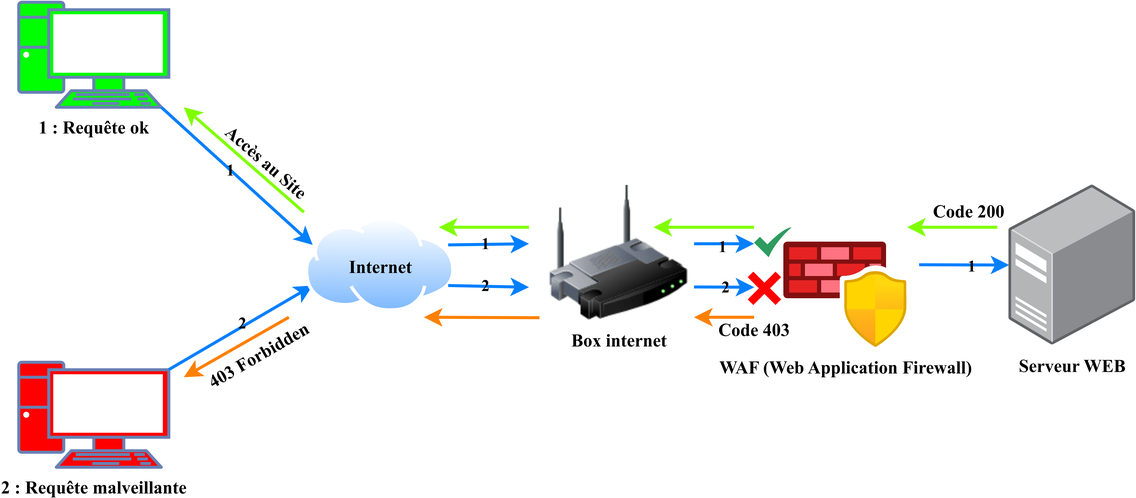
Earlier version of the draw.io export assets/img/simple-schema-waf.png (susuomlu/nginx-waf-docker). Source tidied: cells renumbered, new cells last; positions are measured from the earlier drawing's top-left corner, leaving out a move shared by most shapes.
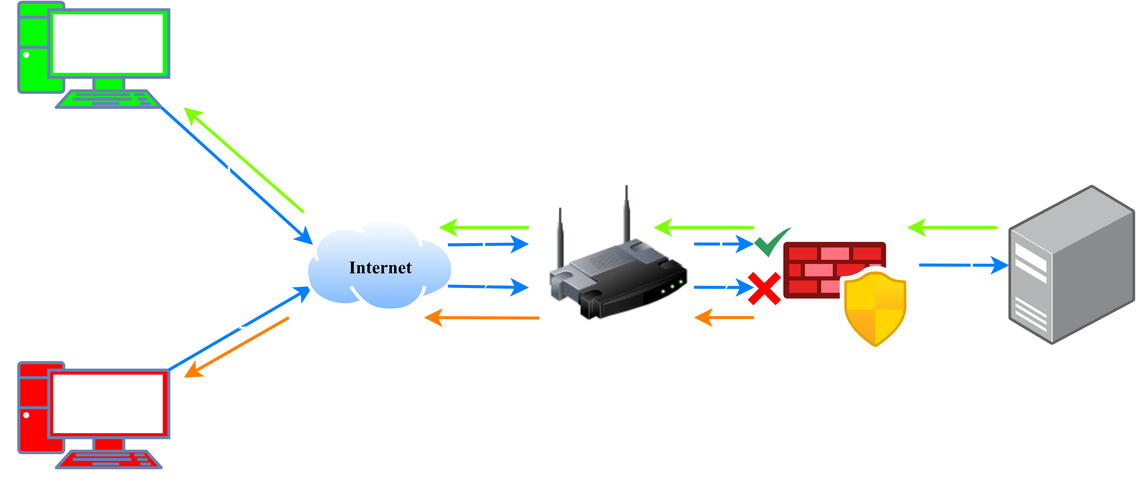
After the commit.

Commit message:
Color README.md patch

Diff of the diagram source:
```diff
@@ -2,142 +2,142 @@
   <root>
     <mxCell id="0" />
     <mxCell id="1" parent="0" />
-    <mxCell id="2" value="1 : Requête ok" style="fontColor=#000000;verticalAlign=top;verticalLabelPosition=bottom;labelPosition=center;align=center;html=1;outlineConnect=0;fillColor=#00FF00;strokeColor=#6881B3;gradientColor=none;gradientDirection=north;strokeWidth=2;shape=mxgraph.networks.pc;labelBackgroundColor=none;fontFamily=Times New Roman;fontStyle=1;" parent="1" vertex="1">
+    <mxCell id="2" value="1 : Requête ok" style="fontColor=#FFFFFF;verticalAlign=top;verticalLabelPosition=bottom;labelPosition=center;align=center;html=1;outlineConnect=0;fillColor=#00FF00;strokeColor=#6881B3;gradientColor=none;gradientDirection=north;strokeWidth=2;shape=mxgraph.networks.pc;labelBackgroundColor=none;fontFamily=Times New Roman;fontStyle=1;" parent="1" vertex="1">
       <mxGeometry width="100" height="70" as="geometry" />
     </mxCell>
-    <mxCell id="3" value="2 : Requête malveillante" style="fontColor=#000000;verticalAlign=top;verticalLabelPosition=bottom;labelPosition=center;align=center;html=1;outlineConnect=0;fillColor=#FF0000;strokeColor=#6881B3;gradientColor=none;gradientDirection=north;strokeWidth=2;shape=mxgraph.networks.pc;labelBackgroundColor=none;fontFamily=Times New Roman;fontStyle=1;" parent="1" vertex="1">
+    <mxCell id="3" value="2 : Requête malveillante" style="fontColor=#FFFFFF;verticalAlign=top;verticalLabelPosition=bottom;labelPosition=center;align=center;html=1;outlineConnect=0;fillColor=#FF0000;strokeColor=#6881B3;gradientColor=none;gradientDirection=north;strokeWidth=2;shape=mxgraph.networks.pc;labelBackgroundColor=none;fontFamily=Times New Roman;fontStyle=1;" parent="1" vertex="1">
       <mxGeometry y="240" width="100" height="70" as="geometry" />
     </mxCell>
-    <mxCell id="4" style="endArrow=classic;html=1;rounded=0;exitX=0.95;exitY=1;exitDx=0;exitDy=0;exitPerimeter=0;strokeColor=#007FFF;strokeWidth=2;entryX=0;entryY=0.25;entryDx=0;entryDy=0;labelBackgroundColor=none;fontFamily=Times New Roman;fontStyle=1;fontColor=#000000;" parent="1" edge="1" source="2" target="12">
+    <mxCell id="4" style="endArrow=classic;html=1;rounded=0;exitX=0.95;exitY=1;exitDx=0;exitDy=0;exitPerimeter=0;strokeColor=#007FFF;strokeWidth=2;entryX=0;entryY=0.25;entryDx=0;entryDy=0;labelBackgroundColor=none;fontFamily=Times New Roman;fontStyle=1;fontColor=#FFFFFF;" parent="1" edge="1" source="2" target="12">
       <mxGeometry relative="1" as="geometry" />
     </mxCell>
-    <mxCell id="5" value="1" style="edgeLabel;html=1;align=center;verticalAlign=middle;labelBackgroundColor=none;fontFamily=Times New Roman;fontStyle=1;fontColor=#000000;" parent="4" vertex="1">
+    <mxCell id="5" value="1" style="edgeLabel;html=1;align=center;verticalAlign=middle;labelBackgroundColor=none;fontFamily=Times New Roman;fontStyle=1;fontColor=#FFFFFF;" parent="4" vertex="1">
       <mxGeometry x="-0.11" relative="1" as="geometry" />
     </mxCell>
-    <mxCell id="6" style="endArrow=classic;html=1;rounded=0;strokeColor=#007FFF;strokeWidth=2;labelBackgroundColor=none;fontFamily=Times New Roman;fontStyle=1;fontColor=#000000;" parent="1" edge="1" target="8">
+    <mxCell id="6" style="endArrow=classic;html=1;rounded=0;strokeColor=#007FFF;strokeWidth=2;labelBackgroundColor=none;fontFamily=Times New Roman;fontStyle=1;fontColor=#FFFFFF;" parent="1" edge="1" target="8">
       <mxGeometry relative="1" as="geometry">
         <mxPoint x="600" y="175" as="sourcePoint" />
       </mxGeometry>
     </mxCell>
-    <mxCell id="7" value="1" style="edgeLabel;html=1;align=center;verticalAlign=middle;labelBackgroundColor=none;fontFamily=Times New Roman;fontStyle=1;fontColor=#000000;" parent="6" vertex="1">
+    <mxCell id="7" value="1" style="edgeLabel;html=1;align=center;verticalAlign=middle;labelBackgroundColor=none;fontFamily=Times New Roman;fontStyle=1;fontColor=#FFFFFF;" parent="6" vertex="1">
       <mxGeometry x="-0.24" y="-1" relative="1" as="geometry">
         <mxPoint x="12" y="-1" as="offset" />
       </mxGeometry>
     </mxCell>
-    <mxCell id="8" value="Serveur WEB" style="image;points=[];html=1;align=center;shadow=0;dashed=0;image=img/lib/allied_telesis/computer_and_terminals/Server_Desktop.svg;labelBackgroundColor=none;fontFamily=Times New Roman;fontStyle=1;fontColor=#000000;" parent="1" vertex="1">
+    <mxCell id="8" value="Serveur WEB" style="image;points=[];html=1;align=center;shadow=0;dashed=0;image=img/lib/allied_telesis/computer_and_terminals/Server_Desktop.svg;labelBackgroundColor=none;fontFamily=Times New Roman;fontStyle=1;fontColor=#FFFFFF;" parent="1" vertex="1">
       <mxGeometry x="660" y="121.8" width="84.4" height="107" as="geometry" />
     </mxCell>
-    <mxCell id="9" style="endArrow=classic;html=1;rounded=0;exitX=1;exitY=0.07;exitDx=0;exitDy=0;exitPerimeter=0;strokeColor=#007FFF;strokeWidth=2;entryX=0;entryY=0.75;entryDx=0;entryDy=0;labelBackgroundColor=none;fontFamily=Times New Roman;fontStyle=1;fontColor=#000000;" parent="1" edge="1" source="3" target="12">
+    <mxCell id="9" style="endArrow=classic;html=1;rounded=0;exitX=1;exitY=0.07;exitDx=0;exitDy=0;exitPerimeter=0;strokeColor=#007FFF;strokeWidth=2;entryX=0;entryY=0.75;entryDx=0;entryDy=0;labelBackgroundColor=none;fontFamily=Times New Roman;fontStyle=1;fontColor=#FFFFFF;" parent="1" edge="1" source="3" target="12">
       <mxGeometry relative="1" as="geometry" />
     </mxCell>
-    <mxCell id="10" value="2" style="edgeLabel;html=1;align=center;verticalAlign=middle;labelBackgroundColor=none;fontFamily=Times New Roman;fontStyle=1;fontColor=#000000;" parent="9" vertex="1">
+    <mxCell id="10" value="2" style="edgeLabel;html=1;align=center;verticalAlign=middle;labelBackgroundColor=none;fontFamily=Times New Roman;fontStyle=1;fontColor=#FFFFFF;" parent="9" vertex="1">
       <mxGeometry x="0.03" y="2" relative="1" as="geometry">
         <mxPoint y="-1" as="offset" />
       </mxGeometry>
     </mxCell>
-    <mxCell id="11" style="shape=cross;whiteSpace=wrap;html=1;fontColor=#000000;strokeColor=none;fillColor=#FF0000;rotation=45;labelBackgroundColor=none;fontFamily=Times New Roman;fontStyle=1;" parent="1" vertex="1">
+    <mxCell id="11" style="shape=cross;whiteSpace=wrap;html=1;fontColor=#FFFFFF;strokeColor=none;fillColor=#FF0000;rotation=45;labelBackgroundColor=none;fontFamily=Times New Roman;fontStyle=1;" parent="1" vertex="1">
       <mxGeometry x="483.8" y="177.6" width="26.2" height="26.2" as="geometry" />
     </mxCell>
-    <mxCell id="12" value="Internet" style="image;perimeter=ellipsePerimeter;html=1;align=center;shadow=0;dashed=0;spacingTop=3;image=img/lib/active_directory/internet_cloud.svg;labelPosition=center;verticalLabelPosition=middle;verticalAlign=middle;labelBackgroundColor=none;fontColor=#000000;fontFamily=Times New Roman;fontStyle=1;" parent="1" vertex="1">
+    <mxCell id="12" value="&lt;font color=&quot;#000000&quot;&gt;Internet&lt;/font&gt;" style="image;perimeter=ellipsePerimeter;html=1;align=center;shadow=0;dashed=0;spacingTop=3;image=img/lib/active_directory/internet_cloud.svg;labelPosition=center;verticalLabelPosition=middle;verticalAlign=middle;labelBackgroundColor=none;fontColor=#FFFFFF;fontFamily=Times New Roman;fontStyle=1;" parent="1" vertex="1">
       <mxGeometry x="191" y="143.8" width="100" height="63" as="geometry" />
     </mxCell>
-    <mxCell id="13" value="Box internet" style="image;html=1;image=img/lib/clip_art/networking/Wireless_Router_128x128.png;labelBackgroundColor=none;fontFamily=Times New Roman;fontStyle=1;fontColor=#000000;" parent="1" vertex="1">
+    <mxCell id="13" value="Box internet" style="image;html=1;image=img/lib/clip_art/networking/Wireless_Router_128x128.png;labelBackgroundColor=none;fontFamily=Times New Roman;fontStyle=1;fontColor=#FFFFFF;" parent="1" vertex="1">
       <mxGeometry x="350" y="122.3" width="100" height="90" as="geometry" />
     </mxCell>
-    <mxCell id="14" style="endArrow=classic;html=1;rounded=0;exitX=1;exitY=0.25;exitDx=0;exitDy=0;strokeWidth=2;strokeColor=#007FFF;labelBackgroundColor=none;fontFamily=Times New Roman;fontStyle=1;fontColor=#000000;" parent="1" edge="1" source="12">
+    <mxCell id="14" style="endArrow=classic;html=1;rounded=0;exitX=1;exitY=0.25;exitDx=0;exitDy=0;strokeWidth=2;strokeColor=#007FFF;labelBackgroundColor=none;fontFamily=Times New Roman;fontStyle=1;fontColor=#FFFFFF;" parent="1" edge="1" source="12">
       <mxGeometry relative="1" as="geometry">
         <mxPoint x="340" y="161" as="targetPoint" />
       </mxGeometry>
     </mxCell>
-    <mxCell id="15" value="1" style="edgeLabel;html=1;align=center;verticalAlign=middle;labelBackgroundColor=none;fontFamily=Times New Roman;fontStyle=1;fontColor=#000000;" parent="14" vertex="1">
+    <mxCell id="15" value="1" style="edgeLabel;html=1;align=center;verticalAlign=middle;labelBackgroundColor=none;fontFamily=Times New Roman;fontStyle=1;fontColor=#FFFFFF;" parent="14" vertex="1">
       <mxGeometry x="-0.25" relative="1" as="geometry">
         <mxPoint x="4" y="-1" as="offset" />
       </mxGeometry>
     </mxCell>
-    <mxCell id="16" style="endArrow=classic;html=1;rounded=0;exitX=1;exitY=0.75;exitDx=0;exitDy=0;strokeWidth=2;strokeColor=#007FFF;labelBackgroundColor=none;fontFamily=Times New Roman;fontStyle=1;fontColor=#000000;" parent="1" edge="1" source="12">
+    <mxCell id="16" style="endArrow=classic;html=1;rounded=0;exitX=1;exitY=0.75;exitDx=0;exitDy=0;strokeWidth=2;strokeColor=#007FFF;labelBackgroundColor=none;fontFamily=Times New Roman;fontStyle=1;fontColor=#FFFFFF;" parent="1" edge="1" source="12">
       <mxGeometry relative="1" as="geometry">
         <mxPoint x="340" y="190" as="targetPoint" />
       </mxGeometry>
     </mxCell>
-    <mxCell id="17" value="2" style="edgeLabel;html=1;align=center;verticalAlign=middle;labelBackgroundColor=none;fontFamily=Times New Roman;fontStyle=1;fontColor=#000000;" parent="16" vertex="1">
+    <mxCell id="17" value="2" style="edgeLabel;html=1;align=center;verticalAlign=middle;labelBackgroundColor=none;fontFamily=Times New Roman;fontStyle=1;fontColor=#FFFFFF;" parent="16" vertex="1">
       <mxGeometry x="0.05" y="1" relative="1" as="geometry">
         <mxPoint x="-4" as="offset" />
       </mxGeometry>
     </mxCell>
-    <mxCell id="18" value="WAF (Web Application Firewall)" style="image;html=1;align=center;fontSize=12;image=img/lib/azure2/networking/Azure_Firewall_Manager.svg;labelBackgroundColor=none;fontFamily=Times New Roman;fontStyle=1;fontColor=#000000;" parent="1" vertex="1">
+    <mxCell id="18" value="WAF (Web Application Firewall)" style="image;html=1;align=center;fontSize=12;image=img/lib/azure2/networking/Azure_Firewall_Manager.svg;labelBackgroundColor=none;fontFamily=Times New Roman;fontStyle=1;fontColor=#FFFFFF;" parent="1" vertex="1">
       <mxGeometry x="510" y="160" width="82" height="70.3" as="geometry" />
     </mxCell>
-    <mxCell id="19" style="endArrow=classic;html=1;rounded=0;strokeColor=#007FFF;strokeWidth=2;exitX=1;exitY=0.43;exitDx=0;exitDy=0;exitPerimeter=0;labelBackgroundColor=none;fontFamily=Times New Roman;fontStyle=1;fontColor=#000000;" parent="1" edge="1" source="13">
+    <mxCell id="19" style="endArrow=classic;html=1;rounded=0;strokeColor=#007FFF;strokeWidth=2;exitX=1;exitY=0.43;exitDx=0;exitDy=0;exitPerimeter=0;labelBackgroundColor=none;fontFamily=Times New Roman;fontStyle=1;fontColor=#FFFFFF;" parent="1" edge="1" source="13">
       <mxGeometry relative="1" as="geometry">
         <mxPoint x="490" y="161" as="targetPoint" />
       </mxGeometry>
     </mxCell>
-    <mxCell id="20" value="1" style="edgeLabel;html=1;align=center;verticalAlign=middle;fontColor=#000000;fontStyle=1;labelBackgroundColor=none;fontFamily=Times New Roman;" parent="19" vertex="1">
+    <mxCell id="20" value="1" style="edgeLabel;html=1;align=center;verticalAlign=middle;fontColor=#FFFFFF;fontStyle=1;labelBackgroundColor=none;fontFamily=Times New Roman;" parent="19" vertex="1">
       <mxGeometry x="-0.11" y="-1" relative="1" as="geometry" />
     </mxCell>
-    <mxCell id="21" style="endArrow=classic;html=1;rounded=0;exitX=1;exitY=0.75;exitDx=0;exitDy=0;strokeColor=#007FFF;strokeWidth=2;labelBackgroundColor=none;fontFamily=Times New Roman;fontStyle=1;fontColor=#000000;" parent="1" edge="1" source="13">
+    <mxCell id="21" style="endArrow=classic;html=1;rounded=0;exitX=1;exitY=0.75;exitDx=0;exitDy=0;strokeColor=#007FFF;strokeWidth=2;labelBackgroundColor=none;fontFamily=Times New Roman;fontStyle=1;fontColor=#FFFFFF;" parent="1" edge="1" source="13">
       <mxGeometry relative="1" as="geometry">
         <mxPoint x="490.1" y="190" as="targetPoint" />
       </mxGeometry>
     </mxCell>
-    <mxCell id="22" value="2" style="edgeLabel;html=1;align=center;verticalAlign=middle;fontColor=#000000;fontStyle=1;labelBackgroundColor=none;fontFamily=Times New Roman;" parent="21" vertex="1">
+    <mxCell id="22" value="2" style="edgeLabel;html=1;align=center;verticalAlign=middle;fontColor=#FFFFFF;fontStyle=1;labelBackgroundColor=none;fontFamily=Times New Roman;" parent="21" vertex="1">
       <mxGeometry x="0.03" relative="1" as="geometry" />
     </mxCell>
-    <mxCell id="23" style="endArrow=classic;html=1;rounded=0;strokeWidth=2;strokeColor=#FF8000;labelBackgroundColor=none;fontFamily=Times New Roman;fontStyle=1;fontColor=#000000;" parent="1" edge="1">
+    <mxCell id="23" style="endArrow=classic;html=1;rounded=0;strokeWidth=2;strokeColor=#FF8000;labelBackgroundColor=none;fontFamily=Times New Roman;fontStyle=1;fontColor=#FFFFFF;" parent="1" edge="1">
       <mxGeometry relative="1" as="geometry">
         <mxPoint x="490" y="210" as="sourcePoint" />
         <mxPoint x="450" y="210" as="targetPoint" />
       </mxGeometry>
     </mxCell>
-    <mxCell id="24" value="Code 403" style="text;html=1;align=center;verticalAlign=middle;strokeColor=none;fillColor=none;labelBackgroundColor=none;fontFamily=Times New Roman;fontStyle=1;fontColor=#000000;" parent="1" vertex="1">
+    <mxCell id="24" value="Code 403" style="text;html=1;align=center;verticalAlign=middle;strokeColor=none;fillColor=none;labelBackgroundColor=none;fontFamily=Times New Roman;fontStyle=1;fontColor=#FFFFFF;" parent="1" vertex="1">
       <mxGeometry x="455" y="203.8" width="70" height="30" as="geometry" />
     </mxCell>
-    <mxCell id="25" style="endArrow=classic;html=1;rounded=0;strokeWidth=2;strokeColor=#FF8000;labelBackgroundColor=none;fontFamily=Times New Roman;fontStyle=1;fontColor=#000000;" parent="1" edge="1">
+    <mxCell id="25" style="endArrow=classic;html=1;rounded=0;strokeWidth=2;strokeColor=#FF8000;labelBackgroundColor=none;fontFamily=Times New Roman;fontStyle=1;fontColor=#FFFFFF;" parent="1" edge="1">
       <mxGeometry relative="1" as="geometry">
         <mxPoint x="347" y="210.3" as="sourcePoint" />
         <mxPoint x="270" y="210" as="targetPoint" />
       </mxGeometry>
     </mxCell>
-    <mxCell id="26" style="endArrow=classic;html=1;rounded=0;strokeWidth=2;strokeColor=#FF8000;labelBackgroundColor=none;fontFamily=Times New Roman;fontStyle=1;fontColor=#000000;" parent="1" edge="1">
+    <mxCell id="26" style="endArrow=classic;html=1;rounded=0;strokeWidth=2;strokeColor=#FF8000;labelBackgroundColor=none;fontFamily=Times New Roman;fontStyle=1;fontColor=#FFFFFF;" parent="1" edge="1">
       <mxGeometry relative="1" as="geometry">
         <mxPoint x="180" y="210" as="sourcePoint" />
         <mxPoint x="110" y="250" as="targetPoint" />
       </mxGeometry>
     </mxCell>
-    <mxCell id="27" value="403 Forbidden" style="text;html=1;align=center;verticalAlign=middle;strokeColor=none;fillColor=none;rotation=-30;labelBackgroundColor=none;fontFamily=Times New Roman;fontStyle=1;fontColor=#000000;" parent="1" vertex="1">
+    <mxCell id="27" value="403 Forbidden" style="text;html=1;align=center;verticalAlign=middle;strokeColor=none;fillColor=none;rotation=-30;labelBackgroundColor=none;fontFamily=Times New Roman;fontStyle=1;fontColor=#FFFFFF;" parent="1" vertex="1">
       <mxGeometry x="115" y="221" width="90" height="30" as="geometry" />
     </mxCell>
-    <mxCell id="28" style="sketch=0;html=1;strokeColor=none;shadow=0;align=center;fillColor=#2D9C5E;verticalAlign=top;labelPosition=center;verticalLabelPosition=bottom;shape=mxgraph.gcp2.check;fontColor=#000000;fontStyle=1;labelBackgroundColor=none;fontFamily=Times New Roman;" parent="1" vertex="1">
+    <mxCell id="28" style="sketch=0;html=1;strokeColor=none;shadow=0;align=center;fillColor=#2D9C5E;verticalAlign=top;labelPosition=center;verticalLabelPosition=bottom;shape=mxgraph.gcp2.check;fontColor=#FFFFFF;fontStyle=1;labelBackgroundColor=none;fontFamily=Times New Roman;" parent="1" vertex="1">
       <mxGeometry x="490" y="150" width="25" height="20" as="geometry" />
     </mxCell>
-    <mxCell id="29" style="endArrow=classic;html=1;rounded=0;strokeWidth=2;strokeColor=#80FF00;fontColor=#000000;fontStyle=1;labelBackgroundColor=none;fontFamily=Times New Roman;" parent="1" edge="1">
+    <mxCell id="29" style="endArrow=classic;html=1;rounded=0;strokeWidth=2;strokeColor=#80FF00;fontColor=#FFFFFF;fontStyle=1;labelBackgroundColor=none;fontFamily=Times New Roman;" parent="1" edge="1">
       <mxGeometry relative="1" as="geometry">
         <mxPoint x="652" y="150" as="sourcePoint" />
         <mxPoint x="592" y="150" as="targetPoint" />
       </mxGeometry>
     </mxCell>
-    <mxCell id="30" value="Code 200" style="text;html=1;align=center;verticalAlign=middle;strokeColor=none;fillColor=none;fontColor=#000000;fontStyle=1;labelBackgroundColor=none;fontFamily=Times New Roman;" parent="1" vertex="1">
+    <mxCell id="30" value="Code 200" style="text;html=1;align=center;verticalAlign=middle;strokeColor=none;fillColor=none;fontColor=#FFFFFF;fontStyle=1;labelBackgroundColor=none;fontFamily=Times New Roman;" parent="1" vertex="1">
       <mxGeometry x="598" y="125.3" width="70" height="30" as="geometry" />
     </mxCell>
-    <mxCell id="31" style="endArrow=classic;html=1;rounded=0;strokeWidth=2;strokeColor=#80FF00;fontColor=#000000;fontStyle=1;labelBackgroundColor=none;fontFamily=Times New Roman;" parent="1" edge="1">
+    <mxCell id="31" style="endArrow=classic;html=1;rounded=0;strokeWidth=2;strokeColor=#80FF00;fontColor=#FFFFFF;fontStyle=1;labelBackgroundColor=none;fontFamily=Times New Roman;" parent="1" edge="1">
       <mxGeometry relative="1" as="geometry">
         <mxPoint x="490" y="150" as="sourcePoint" />
         <mxPoint x="423" y="150" as="targetPoint" />
       </mxGeometry>
     </mxCell>
-    <mxCell id="32" style="endArrow=classic;html=1;rounded=0;strokeWidth=2;strokeColor=#80FF00;fontColor=#000000;fontStyle=1;labelBackgroundColor=none;fontFamily=Times New Roman;" parent="1" edge="1">
+    <mxCell id="32" style="endArrow=classic;html=1;rounded=0;strokeWidth=2;strokeColor=#80FF00;fontColor=#FFFFFF;fontStyle=1;labelBackgroundColor=none;fontFamily=Times New Roman;" parent="1" edge="1">
       <mxGeometry relative="1" as="geometry">
         <mxPoint x="340" y="150" as="sourcePoint" />
         <mxPoint x="280" y="150" as="targetPoint" />
       </mxGeometry>
     </mxCell>
-    <mxCell id="33" style="endArrow=classic;html=1;rounded=0;strokeWidth=2;strokeColor=#80FF00;fontColor=#000000;fontStyle=1;labelBackgroundColor=none;fontFamily=Times New Roman;" parent="1" edge="1">
+    <mxCell id="33" style="endArrow=classic;html=1;rounded=0;strokeWidth=2;strokeColor=#80FF00;fontColor=#FFFFFF;fontStyle=1;labelBackgroundColor=none;fontFamily=Times New Roman;" parent="1" edge="1">
       <mxGeometry relative="1" as="geometry">
         <mxPoint x="190" y="140" as="sourcePoint" />
         <mxPoint x="110" y="70" as="targetPoint" />
       </mxGeometry>
     </mxCell>
-    <mxCell id="34" value="Accès au Site" style="text;html=1;align=center;verticalAlign=middle;strokeColor=none;fillColor=none;rotation=41;fontColor=#000000;fontStyle=1;labelBackgroundColor=none;fontFamily=Times New Roman;" parent="1" vertex="1">
+    <mxCell id="34" value="Accès au Site" style="text;html=1;align=center;verticalAlign=middle;strokeColor=none;fillColor=none;rotation=41;fontColor=#FFFFFF;fontStyle=1;labelBackgroundColor=none;fontFamily=Times New Roman;" parent="1" vertex="1">
       <mxGeometry x="120" y="91.8" width="90" height="30" as="geometry" />
     </mxCell>
   </root>
```
